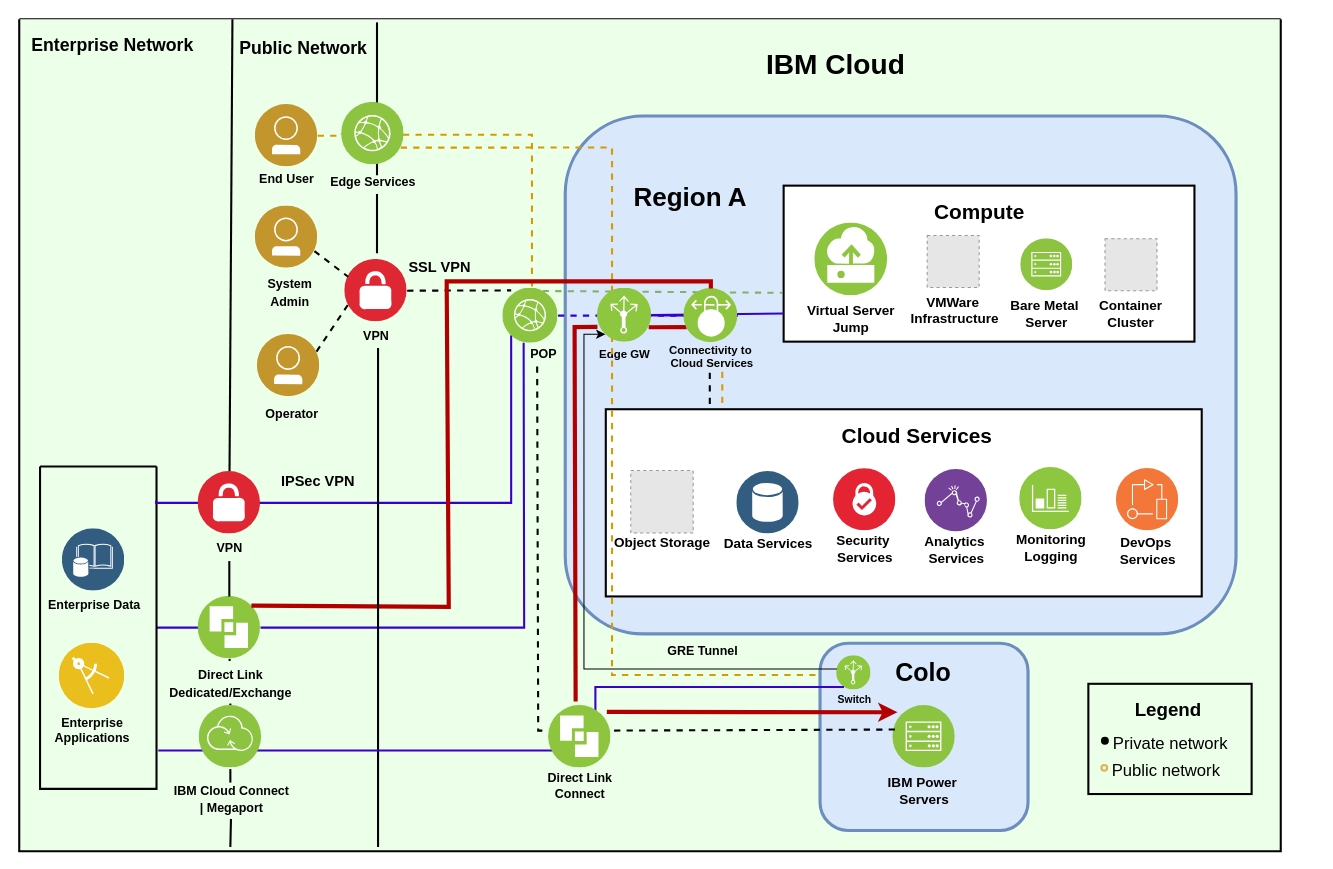
Before: page "network-private-direct-link" (3 of 7) of diagrams/power-iaas-diagram-enhanced.drawio in ibm-cloud-docs/power-iaas, a draw.io diagram. Source tidied: cells renumbered, new cells numbered last; positions are measured from the earlier drawing's top-left corner, leaving out a move shared by most shapes. Both pictures are drawn from the tidied source at 104%, with x=0, y=0 at pixel (19, 19). Pictures stored in the file or linked from it are replaced by grey dashed boxes.
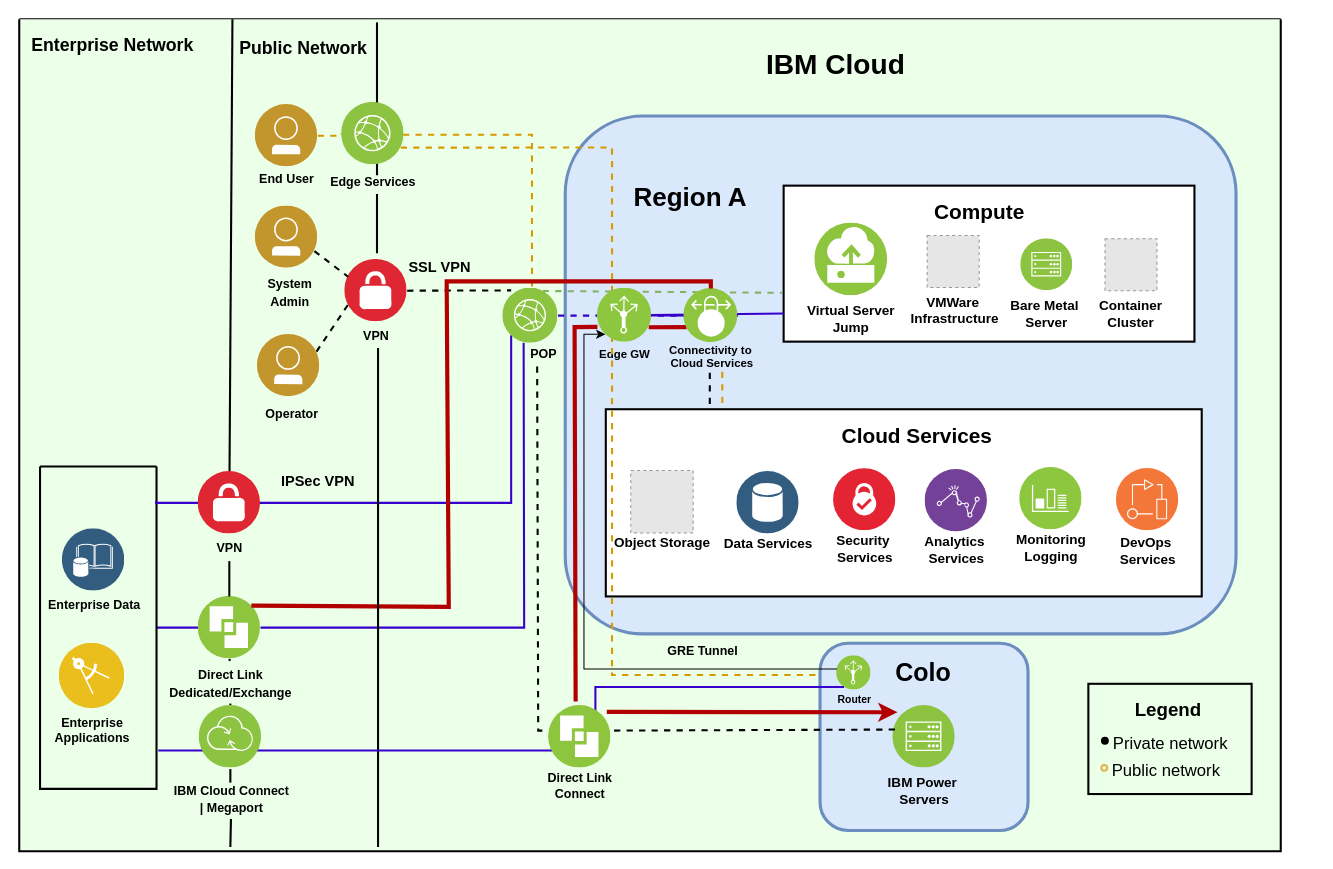
After the change.

Commit message (it also covers changes not shown here):
Replace switch with router in networking diagrams

The edit, as a diff of the source:
```diff
@@
-    <mxCell id="87" value="Switch" style="text;html=1;align=center;verticalAlign=middle;fillColor=none;strokeColor=none;rounded=0;labelBackgroundColor=none;fontSize=10;fontColor=none;fontStyle=1;" parent="1" vertex="1">
+    <mxCell id="87" value="Router" style="text;html=1;align=center;verticalAlign=middle;fillColor=none;strokeColor=none;rounded=0;labelBackgroundColor=none;fontSize=10;fontColor=none;fontStyle=1;" parent="1" vertex="1">
       <mxGeometry x="781.5" y="645" width="43" height="17" as="geometry" />
     </mxCell>
```
